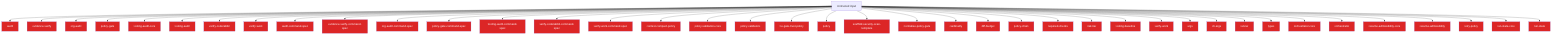
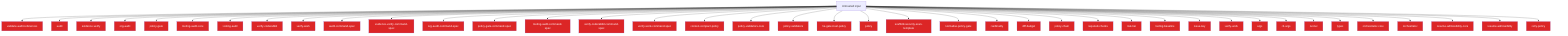
flowchart TD
  Untrusted["Untrusted input"]
+   validate_audit_references_811f872a["validate-audit-references"]
+   Untrusted --> validate_audit_references_811f872a
  audit_b81f37a0["audit"]
  Untrusted --> audit_b81f37a0
  evidence_verify_3b73c290["evidence-verify"]
  Untrusted --> evidence_verify_3b73c290
  org_audit_d739e44b["org-audit"]
  Untrusted --> org_audit_d739e44b
  policy_gate_213f7313["policy-gate"]
  Untrusted --> policy_gate_213f7313
  tooling_audit_core_328d6a41["tooling-audit-core"]
  Untrusted --> tooling_audit_core_328d6a41
  tooling_audit_8a8239ff["tooling-audit"]
  Untrusted --> tooling_audit_8a8239ff
  verify_coderabbit_490b4e71["verify-coderabbit"]
  Untrusted --> verify_coderabbit_490b4e71
  verify_work_df70ecac["verify-work"]
  Untrusted --> verify_work_df70ecac
  audit_command_spec_5acf0149["audit-command-spec"]
  Untrusted --> audit_command_spec_5acf0149
  evidence_verify_command_spec_e1cbfea2["evidence-verify-command-spec"]
  Untrusted --> evidence_verify_command_spec_e1cbfea2
  org_audit_command_spec_1a570341["org-audit-command-spec"]
  Untrusted --> org_audit_command_spec_1a570341
  policy_gate_command_spec_71e8726a["policy-gate-command-spec"]
  Untrusted --> policy_gate_command_spec_71e8726a
  tooling_audit_command_spec_e0e57863["tooling-audit-command-spec"]
  Untrusted --> tooling_audit_command_spec_e0e57863
  verify_coderabbit_command_spec_68cc9ec5["verify-coderabbit-command-spec"]
  Untrusted --> verify_coderabbit_command_spec_68cc9ec5
  verify_work_command_spec_d6c94ac8["verify-work-command-spec"]
  Untrusted --> verify_work_command_spec_d6c94ac8
  context_compact_policy_3dcaf95d["context-compact-policy"]
  Untrusted --> context_compact_policy_3dcaf95d
  policy_validators_core_714a3fe7["policy-validators-core"]
  Untrusted --> policy_validators_core_714a3fe7
  policy_validators_6682e192["policy-validators"]
  Untrusted --> policy_validators_6682e192
  he_gate_trust_policy_b1126dfd["he-gate-trust-policy"]
  Untrusted --> he_gate_trust_policy_b1126dfd
  policy_823412d1["policy"]
  Untrusted --> policy_823412d1
  scaffold_security_scan_template_55bc7465["scaffold-security-scan-template"]
  Untrusted --> scaffold_security_scan_template_55bc7465
  normalise_policy_gate_90229693["normalise-policy-gate"]
  Untrusted --> normalise_policy_gate_90229693
  cardinality_ebef8aff["cardinality"]
  Untrusted --> cardinality_ebef8aff
  diff_budget_1_9f85eb1c["diff-budget"]
  Untrusted --> diff_budget_1_9f85eb1c
  policy_chain_0c92e343["policy-chain"]
  Untrusted --> policy_chain_0c92e343
  required_checks_46396214["required-checks"]
  Untrusted --> required_checks_46396214
  risk_tier_1_96b6ff91["risk-tier"]
  Untrusted --> risk_tier_1_96b6ff91
  tooling_baseline_50ab2eeb["tooling-baseline"]
  Untrusted --> tooling_baseline_50ab2eeb
+   issue_key_305bf3db["issue-key"]
+   Untrusted --> issue_key_305bf3db
  verify_work_1_cd8e7ec3["verify-work"]
  Untrusted --> verify_work_1_cd8e7ec3
  args_1_15220d9b["args"]
  Untrusted --> args_1_15220d9b
  cli_args_14_3481043e["cli-args"]
  Untrusted --> cli_args_14_3481043e
  runner_1_6f281bf8["runner"]
  Untrusted --> runner_1_6f281bf8
  types_27_4d134744["types"]
  Untrusted --> types_27_4d134744
  orchestrator_core_d0678b53["orchestrator-core"]
  Untrusted --> orchestrator_core_d0678b53
  orchestrator_1_6b7137c5["orchestrator"]
  Untrusted --> orchestrator_1_6b7137c5
  resume_admissibility_core_8ab84488["resume-admissibility-core"]
  Untrusted --> resume_admissibility_core_8ab84488
  resume_admissibility_a59835da["resume-admissibility"]
  Untrusted --> resume_admissibility_a59835da
  retry_policy_eebf8de9["retry-policy"]
  Untrusted --> retry_policy_eebf8de9
-   run_state_core_25a955bc["run-state-core"]
-   Untrusted --> run_state_core_25a955bc
-   run_state_94d814a7["run-state"]
-   Untrusted --> run_state_94d814a7
  classDef securityNode fill:#dc2626,color:#fff
-   class audit_b81f37a0,evidence_verify_3b73c290,org_audit_d739e44b,policy_gate_213f7313,tooling_audit_core_328d6a41,tooling_audit_8a8239ff,verify_coderabbit_490b4e71,verify_work_df70ecac,audit_command_spec_5acf0149,evidence_verify_command_spec_e1cbfea2,org_audit_command_spec_1a570341,policy_gate_command_spec_71e8726a,tooling_audit_command_spec_e0e57863,verify_coderabbit_command_spec_68cc9ec5,verify_work_command_spec_d6c94ac8,context_compact_policy_3dcaf95d,policy_validators_core_714a3fe7,policy_validators_6682e192,he_gate_trust_policy_b1126dfd,policy_823412d1,scaffold_security_scan_template_55bc7465,normalise_policy_gate_90229693,cardinality_ebef8aff,diff_budget_1_9f85eb1c,policy_chain_0c92e343,required_checks_46396214,risk_tier_1_96b6ff91,tooling_baseline_50ab2eeb,verify_work_1_cd8e7ec3,args_1_15220d9b,cli_args_14_3481043e,runner_1_6f281bf8,types_27_4d134744,orchestrator_core_d0678b53,orchestrator_1_6b7137c5,resume_admissibility_core_8ab84488,resume_admissibility_a59835da,retry_policy_eebf8de9,run_state_core_25a955bc,run_state_94d814a7 securityNode
+   class validate_audit_references_811f872a,audit_b81f37a0,evidence_verify_3b73c290,org_audit_d739e44b,policy_gate_213f7313,tooling_audit_core_328d6a41,tooling_audit_8a8239ff,verify_coderabbit_490b4e71,verify_work_df70ecac,audit_command_spec_5acf0149,evidence_verify_command_spec_e1cbfea2,org_audit_command_spec_1a570341,policy_gate_command_spec_71e8726a,tooling_audit_command_spec_e0e57863,verify_coderabbit_command_spec_68cc9ec5,verify_work_command_spec_d6c94ac8,context_compact_policy_3dcaf95d,policy_validators_core_714a3fe7,policy_validators_6682e192,he_gate_trust_policy_b1126dfd,policy_823412d1,scaffold_security_scan_template_55bc7465,normalise_policy_gate_90229693,cardinality_ebef8aff,diff_budget_1_9f85eb1c,policy_chain_0c92e343,required_checks_46396214,risk_tier_1_96b6ff91,tooling_baseline_50ab2eeb,issue_key_305bf3db,verify_work_1_cd8e7ec3,args_1_15220d9b,cli_args_14_3481043e,runner_1_6f281bf8,types_27_4d134744,orchestrator_core_d0678b53,orchestrator_1_6b7137c5,resume_admissibility_core_8ab84488,resume_admissibility_a59835da,retry_policy_eebf8de9 securityNode
